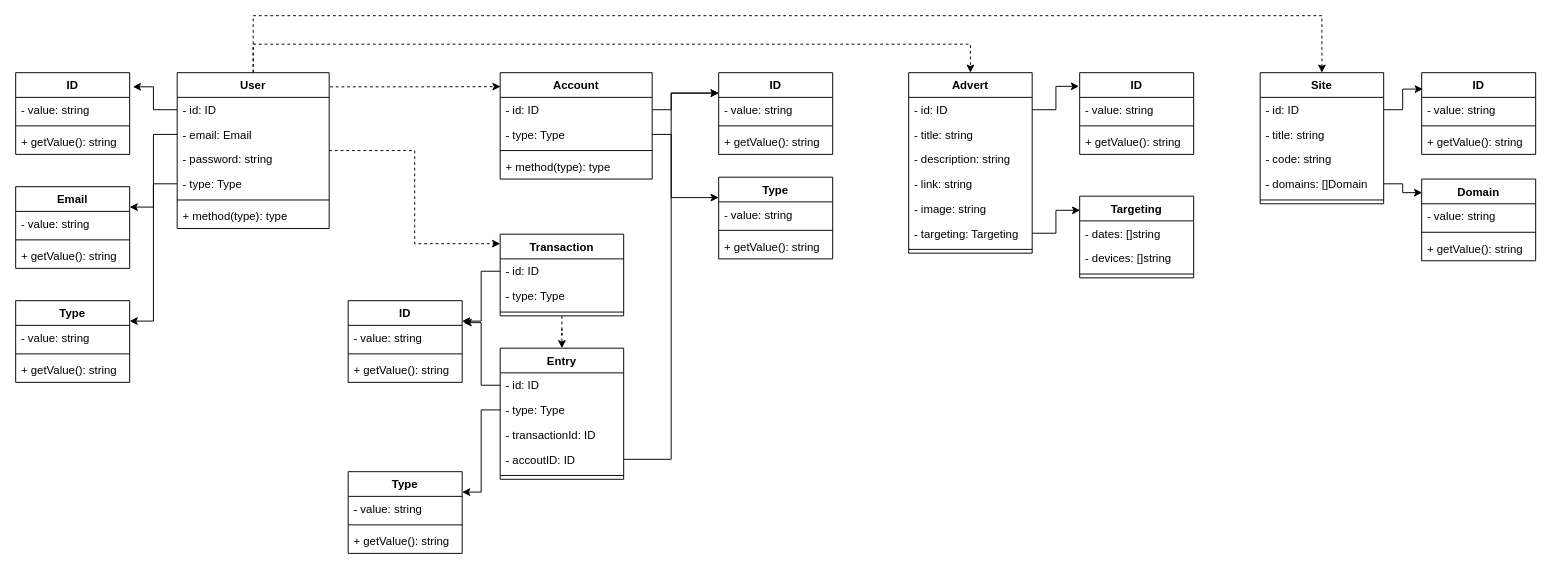
The draw.io diagram project/uml.drawio in khaydarov/otus-microservices, before the edit. Source tidied: cells renumbered, new cells numbered last; positions are measured from the earlier drawing's top-left corner, leaving out a move shared by most shapes. Both pictures are drawn from the tidied source at 95%, with x=0, y=0 at pixel (15, 15).
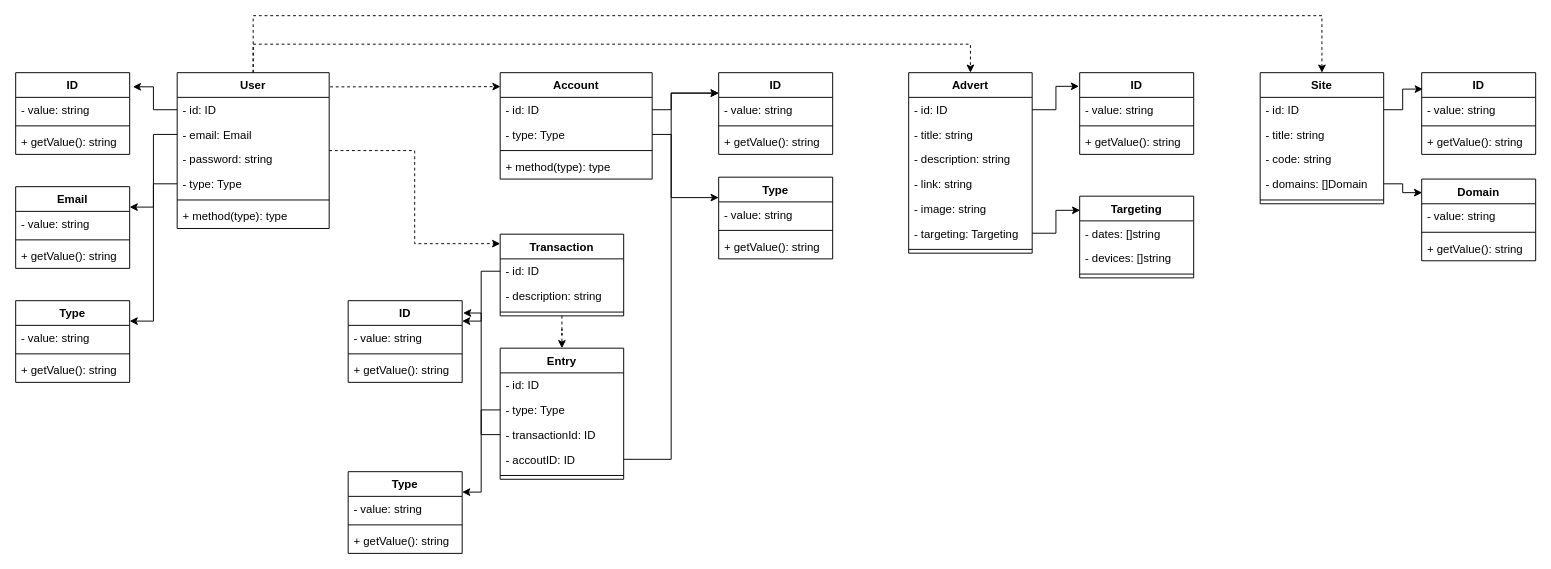
The same page after the edit.

Unchanged cells that the change refers to:
```xml
<mxCell id="33" value="Transaction" style="swimlane;fontStyle=1;align=center;verticalAlign=top;horizontal=1;startSize=26;" parent="1" vertex="1">
  <mxGeometry x="510" y="230" width="130" height="86" as="geometry" />
</mxCell>
<mxCell id="49" value="- id: ID" style="text;strokeColor=none;fillColor=none;align=left;verticalAlign=top;spacingLeft=4;spacingRight=4;overflow=hidden;points=[[0,0.5],[1,0.5]];portConstraint=eastwest;" parent="48" vertex="1">
  <mxGeometry y="26" width="130" height="26" as="geometry" />
</mxCell>
<mxCell id="51" value="- transactionId: ID" style="text;strokeColor=none;fillColor=none;align=left;verticalAlign=top;spacingLeft=4;spacingRight=4;overflow=hidden;points=[[0,0.5],[1,0.5]];portConstraint=eastwest;" parent="48" vertex="1">
  <mxGeometry y="78" width="130" height="26" as="geometry" />
</mxCell>
<mxCell id="54" value="ID" style="swimlane;fontStyle=1;align=center;verticalAlign=top;horizontal=1;startSize=26;" parent="1" vertex="1">
  <mxGeometry x="350" y="300" width="120" height="86" as="geometry" />
</mxCell>
<mxCell id="55" value="- value: string" style="text;strokeColor=none;fillColor=none;align=left;verticalAlign=top;spacingLeft=4;spacingRight=4;overflow=hidden;points=[[0,0.5],[1,0.5]];portConstraint=eastwest;" parent="54" vertex="1">
  <mxGeometry y="26" width="120" height="26" as="geometry" />
</mxCell>
```

The edit, as a diff of the source:
```diff
@@
-    <mxCell id="35" value="- type: Type" style="text;strokeColor=none;fillColor=none;align=left;verticalAlign=top;spacingLeft=4;spacingRight=4;overflow=hidden;" parent="33" vertex="1">
+    <mxCell id="35" value="- description: string" style="text;strokeColor=none;fillColor=none;align=left;verticalAlign=top;spacingLeft=4;spacingRight=4;overflow=hidden;" parent="33" vertex="1">
       <mxGeometry y="52" width="130" height="26" as="geometry" />
     </mxCell>
@@
-    <mxCell id="59" style="edgeStyle=orthogonalEdgeStyle;rounded=0;jettySize=auto;html=1;entryX=1.013;entryY=-0.111;entryDx=0;entryDy=0;entryPerimeter=0;" parent="1" edge="1" source="49" target="55">
-      <mxGeometry relative="1" as="geometry" />
-    </mxCell>
@@
+    <mxCell id="100" style="edgeStyle=orthogonalEdgeStyle;rounded=0;jettySize=auto;html=1;entryX=1.008;entryY=0.151;entryDx=0;entryDy=0;entryPerimeter=0;" parent="1" edge="1" source="51" target="54">
+      <mxGeometry relative="1" as="geometry" />
+    </mxCell>
```
